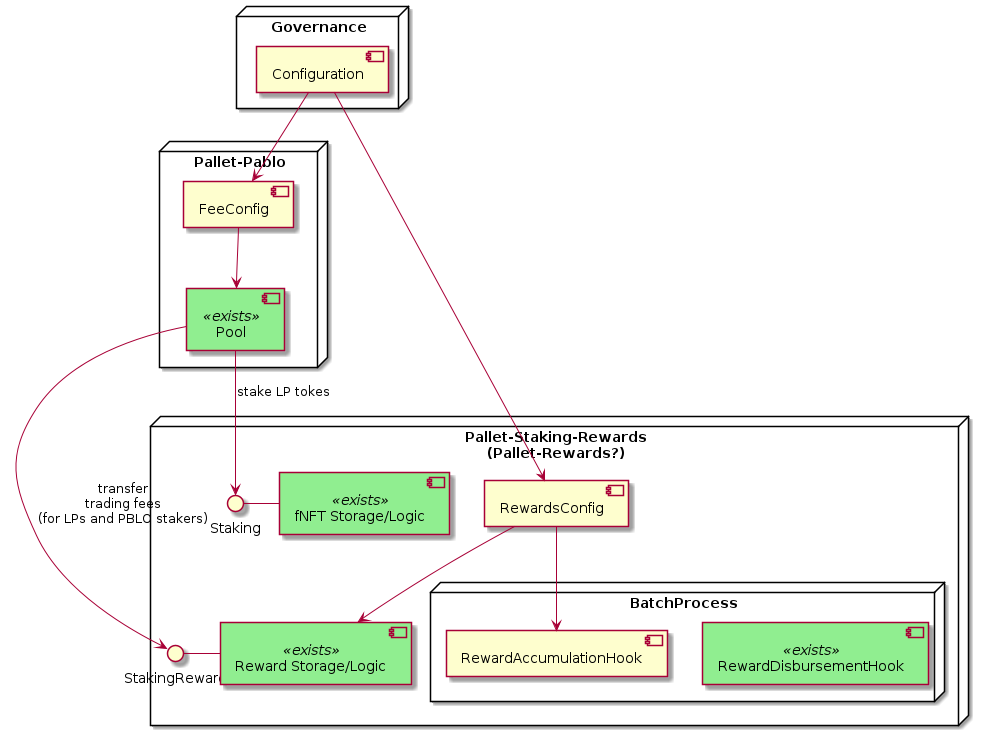
Before: rfcs/images/pablo-distribution-verview.png, a diagram exported from PlantUML (andresmechali/composable). Source of this version:
```plantuml
@startuml
skinparam component {
  backgroundColor<<exists>> LightGreen
}

node "Pallet-Staking-Rewards\n(Pallet-Rewards?)" {
    StakingReward - [Reward Storage/Logic]
    [RewardsConfig]
    [RewardsConfig] --> [Reward Storage/Logic]
    Staking - [fNFT Storage/Logic]
    Node "BatchProcess" {
        [RewardDisbursementHook]
        [RewardsConfig] --> [RewardAccumulationHook]
    }
}

[Reward Storage/Logic] <<exists>>
[fNFT Storage/Logic] <<exists>>
[RewardDisbursementHook] <<exists>>

node "Pallet-Pablo" {
    [Pool] --> StakingReward : transfer\ntrading fees\n(for LPs and PBLO stakers)
    [Pool] --> Staking : stake LP tokes
    [FeeConfig] --> [Pool]
}

[Pool] <<exists>>

node "Governance" {
    [Configuration] --> [RewardsConfig]
    [Configuration] --> [FeeConfig]
}
@enduml
```
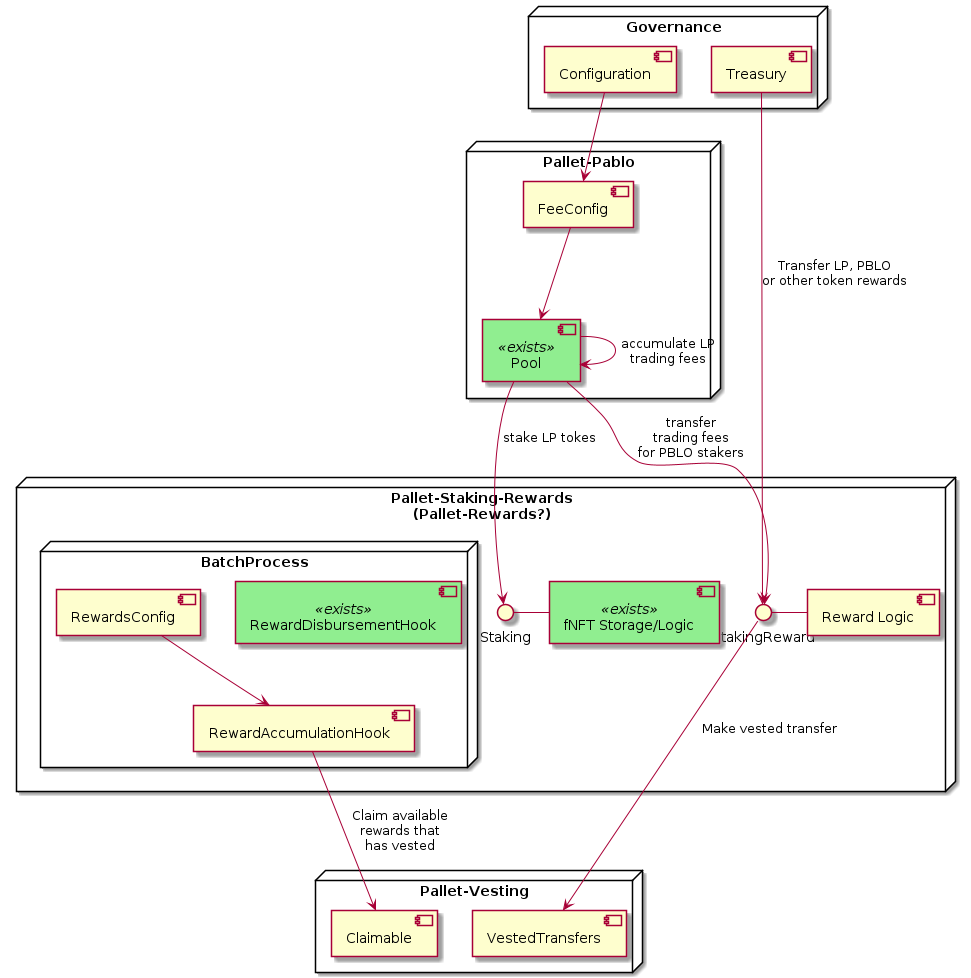
The same file after the commit.

Commit message:
commit trading fees calc

Diff of the diagram source:
```diff
@@ -4,9 +4,7 @@
 }
 
 node "Pallet-Staking-Rewards\n(Pallet-Rewards?)" {
-    StakingReward - [Reward Storage/Logic]
-    [RewardsConfig]
-    [RewardsConfig] --> [Reward Storage/Logic]
+    StakingReward - [Reward Logic]
     Staking - [fNFT Storage/Logic]
     Node "BatchProcess" {
         [RewardDisbursementHook]
@@ -14,20 +12,25 @@
     }
 }
 
-[Reward Storage/Logic] <<exists>>
 [fNFT Storage/Logic] <<exists>>
 [RewardDisbursementHook] <<exists>>
 
 node "Pallet-Pablo" {
-    [Pool] --> StakingReward : transfer\ntrading fees\n(for LPs and PBLO stakers)
+    [Pool] --> StakingReward : transfer\ntrading fees\nfor PBLO stakers
     [Pool] --> Staking : stake LP tokes
+    [Pool] --> [Pool] : accumulate LP\ntrading fees
     [FeeConfig] --> [Pool]
 }
 
 [Pool] <<exists>>
 
+node "Pallet-Vesting" {
+    StakingReward --> [VestedTransfers]: Make vested transfer
+    [RewardAccumulationHook] --> [Claimable]: Claim available\nrewards that\nhas vested
+}
+
 node "Governance" {
-    [Configuration] --> [RewardsConfig]
     [Configuration] --> [FeeConfig]
+    [Treasury]--> StakingReward: Transfer LP, PBLO\nor other token rewards
 }
 @enduml
```
